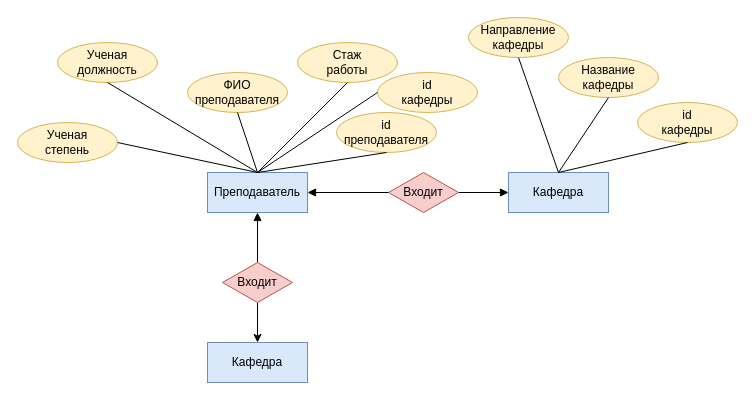
Above: page "БД по легенде" (1 of 2) of draw_io/БД.drawio in Dimj1k/Works (draw.io), before the change. Source tidied: cells renumbered, new cells numbered last; positions are measured from the earlier drawing's top-left corner, leaving out a move shared by most shapes. Both pictures are drawn from the tidied source at 100%, with x=0, y=0 at pixel (17, 17).
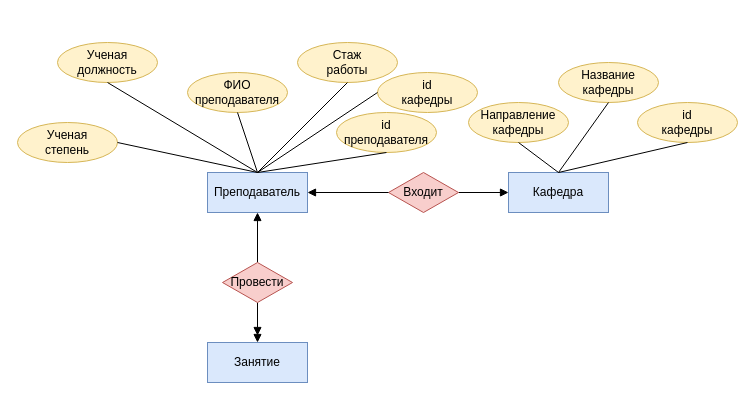
The same page after the edit.

Diff of the diagram source:
```diff
@@
     <mxCell id="16" value="Название&lt;br&gt;кафедры" style="ellipse;whiteSpace=wrap;html=1;align=center;fillColor=#fff2cc;strokeColor=#d6b656;" parent="1" vertex="1">
-      <mxGeometry x="541" y="40" width="100" height="40" as="geometry" />
+      <mxGeometry x="541" y="45" width="100" height="40" as="geometry" />
     </mxCell>
@@
-    <mxCell id="23" value="Кафедра" style="whiteSpace=wrap;html=1;align=center;fillColor=#dae8fc;strokeColor=#6c8ebf;" parent="1" vertex="1">
+    <mxCell id="23" value="Занятие" style="whiteSpace=wrap;html=1;align=center;fillColor=#dae8fc;strokeColor=#6c8ebf;" parent="1" vertex="1">
       <mxGeometry x="190" y="325" width="100" height="40" as="geometry" />
     </mxCell>
@@
-    <mxCell id="25" style="edgeStyle=orthogonalEdgeStyle;rounded=0;jettySize=auto;html=1;entryX=0.5;entryY=0;entryDx=0;entryDy=0;" parent="1" edge="1" source="26" target="23">
+    <mxCell id="25" style="edgeStyle=orthogonalEdgeStyle;rounded=0;jettySize=auto;html=1;entryX=0.5;entryY=0;entryDx=0;entryDy=0;endArrow=doubleBlock;endFill=1;" parent="1" edge="1" source="26" target="23">
       <mxGeometry relative="1" as="geometry" />
     </mxCell>
-    <mxCell id="26" value="Входит" style="shape=rhombus;perimeter=rhombusPerimeter;whiteSpace=wrap;html=1;align=center;fillColor=#f8cecc;strokeColor=#b85450;" parent="1" vertex="1">
+    <mxCell id="26" value="Провести" style="shape=rhombus;perimeter=rhombusPerimeter;whiteSpace=wrap;html=1;align=center;fillColor=#f8cecc;strokeColor=#b85450;" parent="1" vertex="1">
       <mxGeometry x="205" y="245" width="70" height="40" as="geometry" />
     </mxCell>
     <mxCell id="27" value="Направление&lt;br&gt;кафедры" style="ellipse;whiteSpace=wrap;html=1;align=center;fillColor=#fff2cc;strokeColor=#d6b656;" parent="1" vertex="1">
-      <mxGeometry x="451" width="100" height="40" as="geometry" />
+      <mxGeometry x="451" y="85" width="100" height="40" as="geometry" />
     </mxCell>
```
